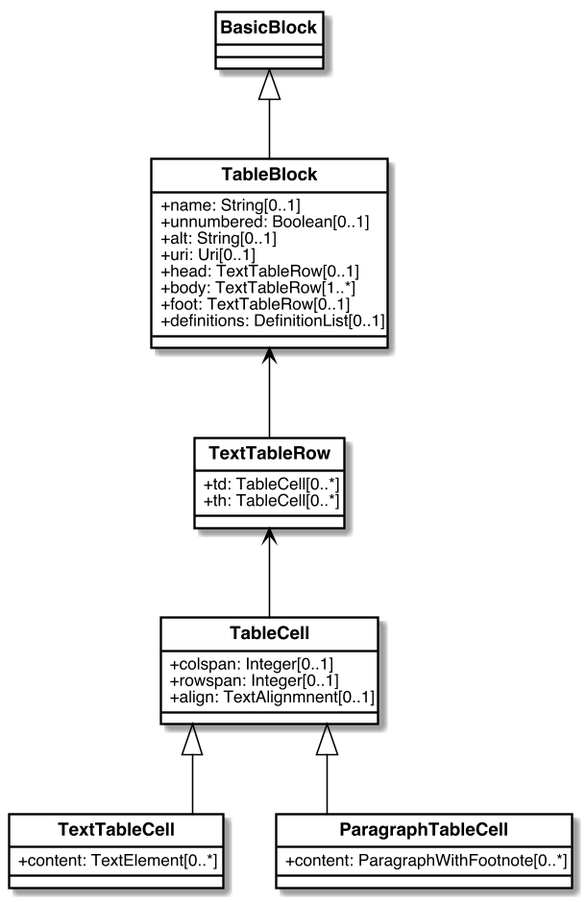
This is images/Tables.png from metanorma/basicdoc-models, a PlantUML export, as it was before one commit. Its diagram source:
```plantuml
@startuml Tables


skinparam Dpi 150
skinparam Monochrome false
skinparam LineType ortho
hide circle
skinparam Default {
  TextAlignment center
  FontName Helvetica
}
skinparam Class {
  AttributeIconSize 0
  BackgroundColor White
  ArrowColor Black
  BorderColor Black
  FontStyle bold
  StereotypeFontSize 10
}
skinparam Rectangle {
  BackgroundColor White
  ArrowColor Black
  BorderColor Black
  FontStyle bold
  FontSize 11
  StereotypeFontSize 10
}
skinparam Object {
  BackgroundColor White
  ArrowColor Black
  BorderColor Black
  FontStyle bold
  FontSize 11
  StereotypeFontSize 10
}

skinparam Entity {
  StereotypeFontSize 10
}




class BasicBlock {
}

class TableBlock{
    +name: String[0..1]
    +unnumbered: Boolean[0..1]
    +alt: String[0..1]
    +uri: Uri[0..1]
    +head: TextTableRow[0..1]
    +body: TextTableRow[1..*]
    +foot: TextTableRow[0..1]
    +definitions: DefinitionList[0..1]
}

class TextTableRow{
    +td: TableCell[0..*]
    +th: TableCell[0..*]
}

class TableCell{
    +colspan: Integer[0..1]
    +rowspan: Integer[0..1]
    +align: TextAlignmnent[0..1]
}

class TextTableCell{
    +content: TextElement[0..*]
}

class ParagraphTableCell{
    +content: ParagraphWithFootnote[0..*]
}



BasicBlock <|-- TableBlock

TableBlock <-- TextTableRow
TextTableRow <-- TableCell
TableCell <|-- TextTableCell
TableCell <|-- ParagraphTableCell

@enduml
```
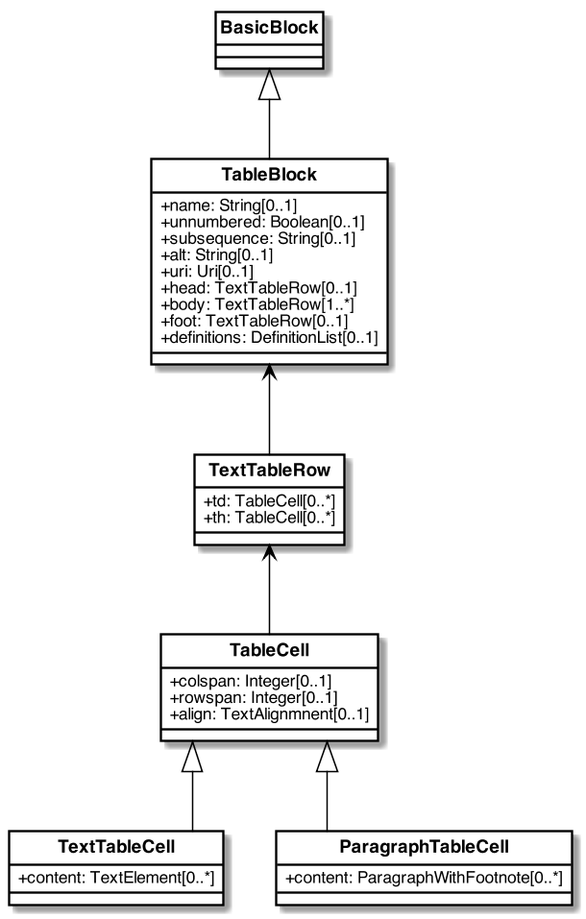
The same file after the commit.

Diff of the diagram source:
```diff
@@ -47,6 +47,7 @@
 class TableBlock{
     +name: String[0..1]
     +unnumbered: Boolean[0..1]
+    +subsequence: String[0..1]
     +alt: String[0..1]
     +uri: Uri[0..1]
     +head: TextTableRow[0..1]
```
